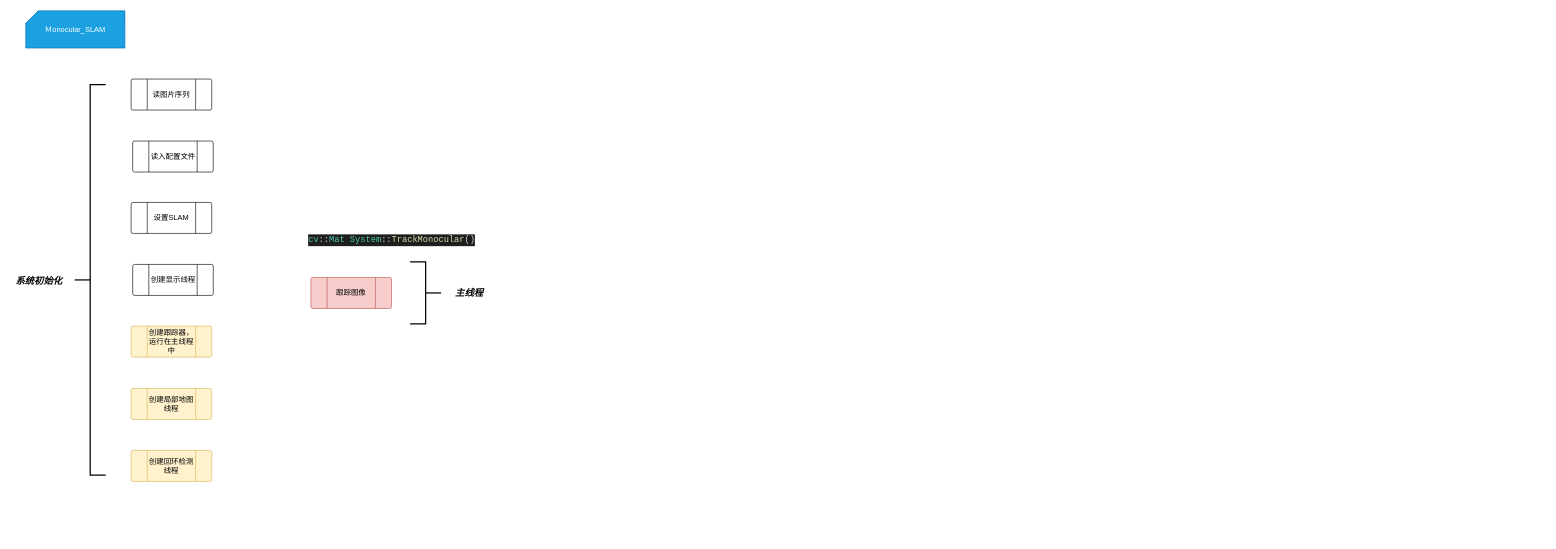
This is page "Page-4" (4 of 4) of uco-slam.drawio from younguper/VNOTE, a draw.io file, before an edit. Source tidied: cells renumbered, new cells numbered last; positions are measured from the earlier drawing's top-left corner, leaving out a move shared by most shapes. Both pictures are drawn from the tidied source at 62%, with x=0, y=0 at pixel (11, 11).
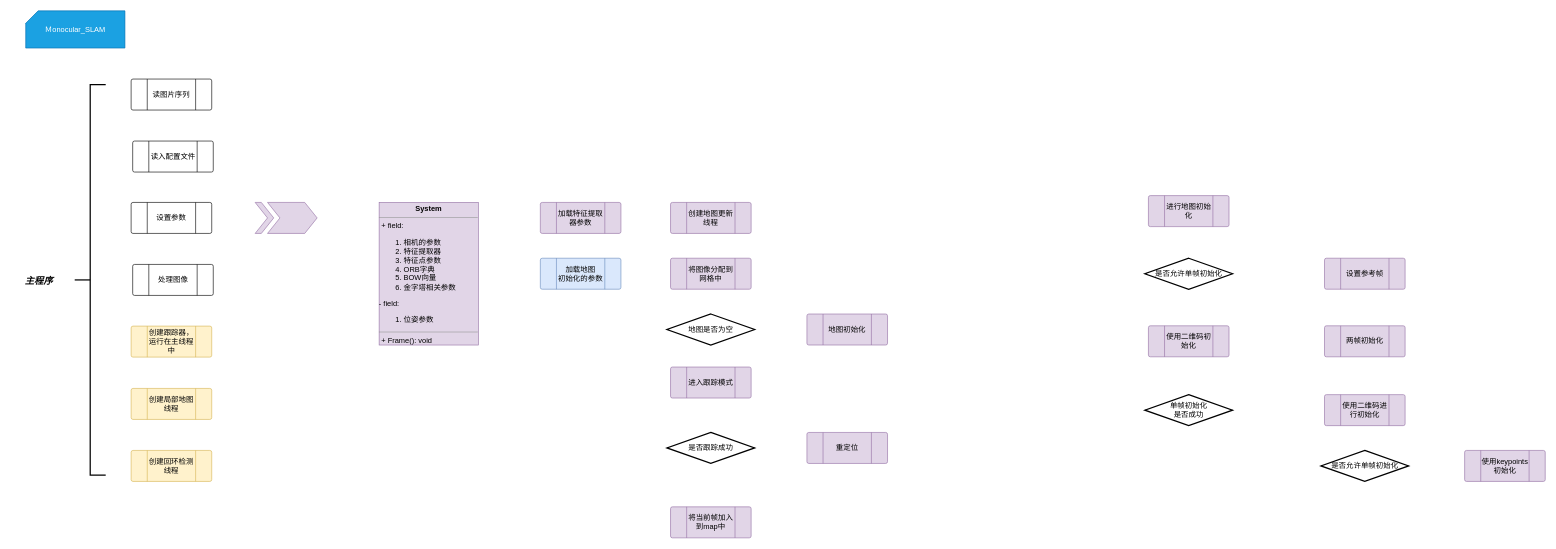
The same diagram, later.

Change to the diagram source:
```diff
@@
-    <mxCell id="4" value="设置SLAM" style="verticalLabelPosition=middle;verticalAlign=middle;html=1;shape=process;whiteSpace=wrap;rounded=1;size=0.2;arcSize=6;labelPosition=center;align=center;" parent="1" vertex="1">
+    <mxCell id="4" value="设置参数" style="verticalLabelPosition=middle;verticalAlign=middle;html=1;shape=process;whiteSpace=wrap;rounded=1;size=0.2;arcSize=6;labelPosition=center;align=center;" parent="1" vertex="1">
       <mxGeometry x="194" y="309" width="130" height="50" as="geometry" />
     </mxCell>
-    <mxCell id="5" value="创建显示线程" style="verticalLabelPosition=middle;verticalAlign=middle;html=1;shape=process;whiteSpace=wrap;rounded=1;size=0.2;arcSize=6;labelPosition=center;align=center;" parent="1" vertex="1">
+    <mxCell id="5" value="处理图像" style="verticalLabelPosition=middle;verticalAlign=middle;html=1;shape=process;whiteSpace=wrap;rounded=1;size=0.2;arcSize=6;labelPosition=center;align=center;" parent="1" vertex="1">
       <mxGeometry x="196.5" y="409" width="130" height="50" as="geometry" />
     </mxCell>
@@
-    <mxCell id="10" value="系统初始化" style="text;html=1;align=center;verticalAlign=middle;fillColor=none;strokeColor=none;rounded=0;fontStyle=3;fontSize=15;" parent="1" vertex="1">
-      <mxGeometry y="425" width="90" height="20" as="geometry" />
+    <mxCell id="10" value="主程序" style="text;html=1;align=center;verticalAlign=middle;fillColor=none;strokeColor=none;rounded=0;fontStyle=3;fontSize=15;" parent="1" vertex="1">
+      <mxGeometry x="15" y="425" width="60" height="20" as="geometry" />
     </mxCell>
-    <mxCell id="11" value="跟踪图像" style="verticalLabelPosition=middle;verticalAlign=middle;html=1;shape=process;whiteSpace=wrap;rounded=1;size=0.2;arcSize=6;labelPosition=center;align=center;fillColor=#f8cecc;strokeColor=#b85450;" parent="1" vertex="1">
-      <mxGeometry x="484" y="430" width="130" height="50" as="geometry" />
-    </mxCell>
-    <mxCell id="12" style="strokeWidth=2;html=1;shape=mxgraph.flowchart.annotation_2;align=left;labelPosition=right;fontSize=15;rotation=-180;" parent="1" vertex="1">
-      <mxGeometry x="644" y="405" width="50" height="100" as="geometry" />
-    </mxCell>
-    <mxCell id="13" value="主线程" style="text;html=1;align=center;verticalAlign=middle;fillColor=none;strokeColor=none;rounded=0;fontStyle=3;fontSize=15;" parent="1" vertex="1">
-      <mxGeometry x="709" y="445" width="60" height="20" as="geometry" />
-    </mxCell>
-    <mxCell id="14" value="&lt;div style=&quot;color: rgb(212 , 212 , 212) ; background-color: rgb(30 , 30 , 30) ; font-family: &amp;#34;droid sans mono&amp;#34; , monospace , monospace , &amp;#34;droid sans fallback&amp;#34; ; font-size: 14px ; line-height: 19px&quot;&gt;&lt;span style=&quot;color: #4ec9b0&quot;&gt;cv&lt;/span&gt;::&lt;span style=&quot;color: #4ec9b0&quot;&gt;Mat&lt;/span&gt; &lt;span style=&quot;color: #4ec9b0&quot;&gt;System&lt;/span&gt;::&lt;span style=&quot;color: #dcdcaa&quot;&gt;TrackMonocular&lt;/span&gt;()&lt;/div&gt;" style="text;html=1;align=center;verticalAlign=middle;fillColor=none;strokeColor=none;rounded=0;fontSize=15;" parent="1" vertex="1">
-      <mxGeometry x="474" y="359" width="280" height="22" as="geometry" />
-    </mxCell>
@@
+    <mxCell id="16" style="group;" parent="1" vertex="1">
+      <mxGeometry x="394" y="309" width="100" height="50" as="geometry" />
+    </mxCell>
+    <mxCell id="17" style="shape=step;perimeter=stepPerimeter;whiteSpace=wrap;html=1;fixedSize=1;fillColor=#e1d5e7;strokeColor=#9673a6;" parent="16" vertex="1">
+      <mxGeometry x="20" width="80" height="50" as="geometry" />
+    </mxCell>
+    <mxCell id="18" style="shape=step;perimeter=stepPerimeter;whiteSpace=wrap;html=1;fixedSize=1;fillColor=#e1d5e7;strokeColor=#9673a6;" parent="16" vertex="1">
+      <mxGeometry width="30" height="50" as="geometry" />
+    </mxCell>
+    <mxCell id="19" value="加载特征提取器参数" style="verticalLabelPosition=middle;verticalAlign=middle;html=1;shape=process;whiteSpace=wrap;rounded=1;size=0.2;arcSize=6;labelPosition=center;align=center;fillColor=#e1d5e7;strokeColor=#9673a6;" parent="1" vertex="1">
+      <mxGeometry x="854" y="309" width="130" height="50" as="geometry" />
+    </mxCell>
+    <mxCell id="20" value="加载地图&lt;br&gt;初始化的参数" style="verticalLabelPosition=middle;verticalAlign=middle;html=1;shape=process;whiteSpace=wrap;rounded=1;size=0.2;arcSize=6;labelPosition=center;align=center;fillColor=#dae8fc;strokeColor=#6c8ebf;" parent="1" vertex="1">
+      <mxGeometry x="854" y="399" width="130" height="50" as="geometry" />
+    </mxCell>
+    <mxCell id="21" value="创建地图更新线程" style="verticalLabelPosition=middle;verticalAlign=middle;html=1;shape=process;whiteSpace=wrap;rounded=1;size=0.2;arcSize=6;labelPosition=center;align=center;fillColor=#e1d5e7;strokeColor=#9673a6;" parent="1" vertex="1">
+      <mxGeometry x="1064" y="309" width="130" height="50" as="geometry" />
+    </mxCell>
+    <mxCell id="22" value="将图像分配到网格中" style="verticalLabelPosition=middle;verticalAlign=middle;html=1;shape=process;whiteSpace=wrap;rounded=1;size=0.2;arcSize=6;labelPosition=center;align=center;fillColor=#e1d5e7;strokeColor=#9673a6;" parent="1" vertex="1">
+      <mxGeometry x="1064" y="399" width="130" height="50" as="geometry" />
+    </mxCell>
+    <mxCell id="23" value="&lt;p style=&quot;margin: 0px ; margin-top: 4px ; text-align: center&quot;&gt;&lt;b&gt;System&lt;/b&gt;&lt;/p&gt;&lt;hr size=&quot;1&quot;&gt;&lt;p style=&quot;margin: 0px ; margin-left: 4px&quot;&gt;+ field:&amp;nbsp;&lt;/p&gt;&lt;ol&gt;&lt;li&gt;&lt;span style=&quot;text-align: center&quot;&gt;相机的参数&lt;/span&gt;&lt;/li&gt;&lt;li&gt;&lt;span style=&quot;text-align: center&quot;&gt;特征提取器&lt;/span&gt;&lt;/li&gt;&lt;li&gt;&lt;span style=&quot;text-align: center&quot;&gt;特征点参数&lt;br&gt;&lt;/span&gt;&lt;/li&gt;&lt;li&gt;&lt;span style=&quot;text-align: center&quot;&gt;ORB字典&lt;br&gt;&lt;/span&gt;&lt;/li&gt;&lt;li&gt;&lt;span style=&quot;text-align: center&quot;&gt;BOW向量&lt;br&gt;&lt;/span&gt;&lt;/li&gt;&lt;li&gt;&lt;span style=&quot;text-align: center&quot;&gt;金字塔相关参数&lt;/span&gt;&lt;/li&gt;&lt;/ol&gt;&lt;span&gt;- field:&amp;nbsp;&lt;/span&gt;&lt;br&gt;&lt;ol&gt;&lt;li&gt;&lt;span style=&quot;text-align: center&quot;&gt;位姿参数&lt;br&gt;&lt;/span&gt;&lt;/li&gt;&lt;/ol&gt;&lt;hr size=&quot;1&quot;&gt;&lt;p style=&quot;margin: 0px ; margin-left: 4px&quot;&gt;+ Frame(): void&lt;/p&gt;&lt;p style=&quot;margin: 0px ; margin-left: 4px&quot;&gt;&lt;br&gt;&lt;/p&gt;" style="verticalAlign=top;align=left;overflow=fill;fontSize=12;fontFamily=Helvetica;html=1;fillColor=#e1d5e7;strokeColor=#9673a6;" parent="1" vertex="1">
+      <mxGeometry x="594" y="309" width="160" height="230" as="geometry" />
+    </mxCell>
+    <mxCell id="24" value="地图是否为空" style="strokeWidth=2;html=1;shape=mxgraph.flowchart.decision;whiteSpace=wrap;fontSize=12;" parent="1" vertex="1">
+      <mxGeometry x="1058.2" y="489" width="141.5" height="50" as="geometry" />
+    </mxCell>
+    <mxCell id="25" value="进入跟踪模式" style="verticalLabelPosition=middle;verticalAlign=middle;html=1;shape=process;whiteSpace=wrap;rounded=1;size=0.2;arcSize=6;labelPosition=center;align=center;fillColor=#e1d5e7;strokeColor=#9673a6;" parent="1" vertex="1">
+      <mxGeometry x="1064" y="574.5" width="130" height="50" as="geometry" />
+    </mxCell>
+    <mxCell id="26" value="进行地图初始化" style="verticalLabelPosition=middle;verticalAlign=middle;html=1;shape=process;whiteSpace=wrap;rounded=1;size=0.2;arcSize=6;labelPosition=center;align=center;fillColor=#e1d5e7;strokeColor=#9673a6;" parent="1" vertex="1">
+      <mxGeometry x="1834.8" y="298" width="130" height="50" as="geometry" />
+    </mxCell>
+    <mxCell id="27" value="是否允许单帧初始化" style="strokeWidth=2;html=1;shape=mxgraph.flowchart.decision;whiteSpace=wrap;fontSize=12;" parent="1" vertex="1">
+      <mxGeometry x="1829" y="399" width="141.5" height="50" as="geometry" />
+    </mxCell>
+    <mxCell id="28" value="使用二维码初始化" style="verticalLabelPosition=middle;verticalAlign=middle;html=1;shape=process;whiteSpace=wrap;rounded=1;size=0.2;arcSize=6;labelPosition=center;align=center;fillColor=#e1d5e7;strokeColor=#9673a6;" parent="1" vertex="1">
+      <mxGeometry x="1834.8" y="508" width="130" height="50" as="geometry" />
+    </mxCell>
+    <mxCell id="29" value="设置参考帧" style="verticalLabelPosition=middle;verticalAlign=middle;html=1;shape=process;whiteSpace=wrap;rounded=1;size=0.2;arcSize=6;labelPosition=center;align=center;fillColor=#e1d5e7;strokeColor=#9673a6;" parent="1" vertex="1">
+      <mxGeometry x="2118.8" y="399" width="130" height="50" as="geometry" />
+    </mxCell>
+    <mxCell id="30" value="两帧初始化" style="verticalLabelPosition=middle;verticalAlign=middle;html=1;shape=process;whiteSpace=wrap;rounded=1;size=0.2;arcSize=6;labelPosition=center;align=center;fillColor=#e1d5e7;strokeColor=#9673a6;" parent="1" vertex="1">
+      <mxGeometry x="2118.8" y="508" width="130" height="50" as="geometry" />
+    </mxCell>
+    <mxCell id="31" value="使用二维码进行初始化" style="verticalLabelPosition=middle;verticalAlign=middle;html=1;shape=process;whiteSpace=wrap;rounded=1;size=0.2;arcSize=6;labelPosition=center;align=center;fillColor=#e1d5e7;strokeColor=#9673a6;" parent="1" vertex="1">
+      <mxGeometry x="2118.8" y="619" width="130" height="50" as="geometry" />
+    </mxCell>
+    <mxCell id="32" value="使用keypoints初始化" style="verticalLabelPosition=middle;verticalAlign=middle;html=1;shape=process;whiteSpace=wrap;rounded=1;size=0.2;arcSize=6;labelPosition=center;align=center;fillColor=#e1d5e7;strokeColor=#9673a6;" parent="1" vertex="1">
+      <mxGeometry x="2344.8" y="709" width="130" height="50" as="geometry" />
+    </mxCell>
+    <mxCell id="33" value="是否允许单帧初始化" style="strokeWidth=2;html=1;shape=mxgraph.flowchart.decision;whiteSpace=wrap;fontSize=12;" parent="1" vertex="1">
+      <mxGeometry x="2113" y="709" width="141.5" height="50" as="geometry" />
+    </mxCell>
+    <mxCell id="34" value="单帧初始化&lt;br&gt;是否成功" style="strokeWidth=2;html=1;shape=mxgraph.flowchart.decision;whiteSpace=wrap;fontSize=12;" parent="1" vertex="1">
+      <mxGeometry x="1829" y="619" width="141.5" height="50" as="geometry" />
+    </mxCell>
+    <mxCell id="35" value="是否跟踪成功" style="strokeWidth=2;html=1;shape=mxgraph.flowchart.decision;whiteSpace=wrap;fontSize=12;" parent="1" vertex="1">
+      <mxGeometry x="1058.2" y="680" width="141.5" height="50" as="geometry" />
+    </mxCell>
+    <mxCell id="36" value="重定位" style="verticalLabelPosition=middle;verticalAlign=middle;html=1;shape=process;whiteSpace=wrap;rounded=1;size=0.2;arcSize=6;labelPosition=center;align=center;fillColor=#e1d5e7;strokeColor=#9673a6;" parent="1" vertex="1">
+      <mxGeometry x="1284" y="680" width="130" height="50" as="geometry" />
+    </mxCell>
+    <mxCell id="37" value="地图初始化" style="verticalLabelPosition=middle;verticalAlign=middle;html=1;shape=process;whiteSpace=wrap;rounded=1;size=0.2;arcSize=6;labelPosition=center;align=center;fillColor=#e1d5e7;strokeColor=#9673a6;" parent="1" vertex="1">
+      <mxGeometry x="1284" y="489" width="130" height="50" as="geometry" />
+    </mxCell>
+    <mxCell id="38" value="将当前帧加入到map中" style="verticalLabelPosition=middle;verticalAlign=middle;html=1;shape=process;whiteSpace=wrap;rounded=1;size=0.2;arcSize=6;labelPosition=center;align=center;fillColor=#e1d5e7;strokeColor=#9673a6;" parent="1" vertex="1">
+      <mxGeometry x="1064" y="800" width="130" height="50" as="geometry" />
+    </mxCell>
```
